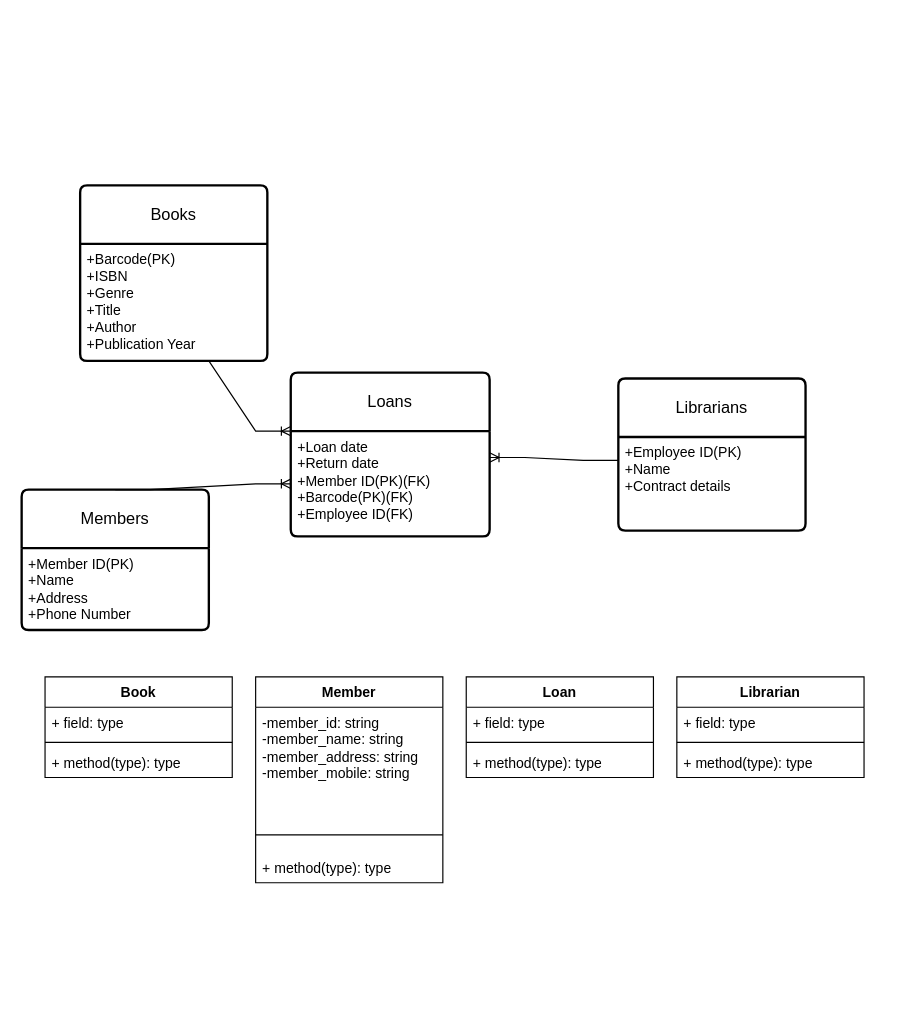
Earlier version of the draw.io diagram thursdaylibrary.drawio (mischaq7/at1). Source tidied: cells renumbered, new cells numbered last; positions are measured from the earlier drawing's top-left corner, leaving out a move shared by most shapes. Both pictures are drawn from the tidied source at 117%, with x=0, y=0 at pixel (21, 185).
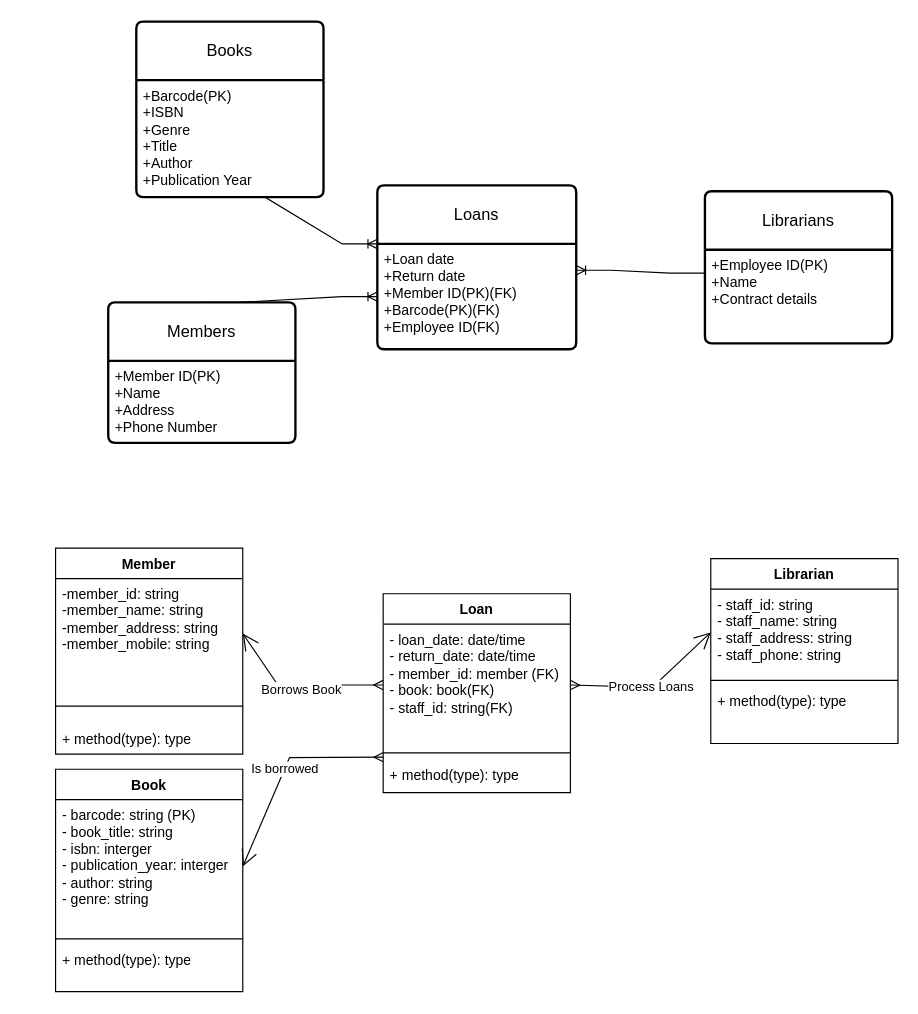
Above is the later version.

The change refers to these unchanged cells:
```xml
<mxCell id="5" value="+Barcode(PK)&amp;nbsp;&lt;div&gt;+ISBN&lt;/div&gt;&lt;div&gt;+Genre&lt;br&gt;+Title&lt;div&gt;+Author&lt;br&gt;&lt;div&gt;+Publication Year&lt;/div&gt;&lt;/div&gt;&lt;/div&gt;" style="align=left;strokeColor=none;fillColor=none;spacingLeft=4;fontSize=12;verticalAlign=top;html=1;" parent="4" vertex="1">
  <mxGeometry y="50" width="160" height="100" as="geometry" />
</mxCell>
<mxCell id="7" value="+Employee ID(PK)&lt;br&gt;&lt;div&gt;+Name&lt;/div&gt;&lt;div&gt;+Contract details&lt;/div&gt;" style="align=left;strokeColor=none;fillColor=none;spacingLeft=4;fontSize=12;verticalAlign=top;html=1;" parent="6" vertex="1">
  <mxGeometry y="50" width="160" height="80" as="geometry" />
</mxCell>
<mxCell id="9" value="&lt;div&gt;+Loan date&lt;/div&gt;&lt;div&gt;+Return date&lt;/div&gt;&lt;div&gt;+Member ID(PK)(FK)&lt;/div&gt;&lt;div&gt;+Barcode(PK)(FK)&lt;/div&gt;&lt;div&gt;+Employee ID(FK)&lt;/div&gt;" style="align=left;strokeColor=none;fillColor=none;spacingLeft=4;fontSize=12;verticalAlign=top;html=1;" parent="8" vertex="1">
  <mxGeometry y="50" width="170" height="90" as="geometry" />
</mxCell>
<mxCell id="22" value="-member_id: string&lt;div&gt;-member_name: string&lt;/div&gt;&lt;div&gt;-member_address: string&lt;/div&gt;&lt;div&gt;-member_mobile: string&lt;/div&gt;" style="text;strokeColor=none;fillColor=none;align=left;verticalAlign=top;spacingLeft=4;spacingRight=4;overflow=hidden;points=[[0,0.5],[1,0.5]];portConstraint=eastwest;whiteSpace=wrap;html=1;" parent="21" vertex="1">
  <mxGeometry y="26" width="160" height="94" as="geometry" />
</mxCell>
```

The edit, as a diff of the source:
```diff
@@
     <mxCell id="2" value="Members" style="swimlane;horizontal=1;startSize=50;rounded=1;fontSize=14;fontStyle=0;strokeWidth=2;shadow=0;dashed=0;align=center;arcSize=4;whiteSpace=wrap;html=1;" parent="1" vertex="1">
-      <mxGeometry y="260" width="160" height="120" as="geometry" />
+      <mxGeometry x="74" y="100" width="160" height="120" as="geometry" />
     </mxCell>
@@
     <mxCell id="4" value="Books" style="swimlane;horizontal=1;startSize=50;rounded=1;fontSize=14;fontStyle=0;strokeWidth=2;shadow=0;dashed=0;align=center;arcSize=4;whiteSpace=wrap;html=1;" parent="1" vertex="1">
-      <mxGeometry x="50" width="160" height="150" as="geometry" />
+      <mxGeometry x="98" y="-140" width="160" height="150" as="geometry" />
     </mxCell>
@@
     <mxCell id="6" value="Librarians" style="swimlane;horizontal=1;startSize=50;rounded=1;fontSize=14;fontStyle=0;strokeWidth=2;shadow=0;dashed=0;align=center;arcSize=4;whiteSpace=wrap;html=1;" parent="1" vertex="1">
-      <mxGeometry x="510" y="165" width="160" height="130" as="geometry" />
+      <mxGeometry x="584" y="5" width="160" height="130" as="geometry" />
     </mxCell>
@@
     <mxCell id="8" value="Loans" style="swimlane;horizontal=1;startSize=50;rounded=1;fontSize=14;fontStyle=0;strokeWidth=2;shadow=0;dashed=0;align=center;arcSize=4;whiteSpace=wrap;html=1;" parent="1" vertex="1">
-      <mxGeometry x="230" y="160" width="170" height="140" as="geometry" />
+      <mxGeometry x="304" width="170" height="140" as="geometry" />
     </mxCell>
@@
     <mxCell id="11" style="edgeStyle=entityRelationEdgeStyle;fontSize=12;html=1;endArrow=ERoneToMany;rounded=0;exitX=0.5;exitY=1;exitDx=0;exitDy=0;entryX=0;entryY=0;entryDx=0;entryDy=0;" parent="1" edge="1" source="5" target="9">
       <mxGeometry relative="1" as="geometry">
         <Array as="points">
-          <mxPoint x="155.3" y="85" />
+          <mxPoint x="229.3" y="-75" />
         </Array>
       </mxGeometry>
     </mxCell>
     <mxCell id="12" style="edgeStyle=entityRelationEdgeStyle;fontSize=12;html=1;endArrow=ERoneToMany;rounded=0;entryX=1;entryY=0.25;entryDx=0;entryDy=0;exitX=0;exitY=0.25;exitDx=0;exitDy=0;" parent="1" edge="1" source="7" target="9">
       <mxGeometry relative="1" as="geometry">
         <Array as="points">
-          <mxPoint x="460" y="10" />
+          <mxPoint x="534" y="-150" />
         </Array>
       </mxGeometry>
     </mxCell>
-    <mxCell id="13" value="Book" style="swimlane;fontStyle=1;align=center;verticalAlign=top;horizontal=1;startSize=26;whiteSpace=wrap;html=1;" parent="1" vertex="1">
-      <mxGeometry x="20" y="420" width="160" height="86" as="geometry" />
-    </mxCell>
-    <mxCell id="14" value="+ field: type" style="text;strokeColor=none;fillColor=none;align=left;verticalAlign=top;spacingLeft=4;spacingRight=4;overflow=hidden;whiteSpace=wrap;html=1;" parent="13" vertex="1">
-      <mxGeometry y="26" width="160" height="26" as="geometry" />
-    </mxCell>
-    <mxCell id="15" style="line;strokeWidth=1;fillColor=none;align=left;verticalAlign=middle;spacingTop=-1;spacingLeft=3;spacingRight=3;labelPosition=right;strokeColor=inherit;" parent="13" vertex="1">
-      <mxGeometry y="52" width="160" height="8" as="geometry" />
-    </mxCell>
-    <mxCell id="16" value="+ method(type): type" style="text;strokeColor=none;fillColor=none;align=left;verticalAlign=top;spacingLeft=4;spacingRight=4;overflow=hidden;whiteSpace=wrap;html=1;" parent="13" vertex="1">
-      <mxGeometry y="60" width="160" height="26" as="geometry" />
-    </mxCell>
     <mxCell id="17" value="Librarian" style="swimlane;fontStyle=1;align=center;verticalAlign=top;horizontal=1;startSize=26;whiteSpace=wrap;html=1;" parent="1" vertex="1">
-      <mxGeometry x="560" y="420" width="160" height="86" as="geometry" />
+      <mxGeometry x="589" y="319" width="160" height="158" as="geometry" />
     </mxCell>
-    <mxCell id="18" value="+ field: type" style="text;strokeColor=none;fillColor=none;align=left;verticalAlign=top;spacingLeft=4;spacingRight=4;overflow=hidden;points=[[0,0.5],[1,0.5]];portConstraint=eastwest;whiteSpace=wrap;html=1;" parent="17" vertex="1">
-      <mxGeometry y="26" width="160" height="26" as="geometry" />
+    <mxCell id="18" value="- staff_id: string&lt;div&gt;- staff_name: string&lt;/div&gt;&lt;div&gt;- staff_address: string&lt;/div&gt;&lt;div&gt;- staff_phone: string&lt;/div&gt;&lt;div&gt;&lt;br&gt;&lt;div&gt;&lt;br&gt;&lt;/div&gt;&lt;/div&gt;" style="text;strokeColor=none;fillColor=none;align=left;verticalAlign=top;spacingLeft=4;spacingRight=4;overflow=hidden;points=[[0,0.5],[1,0.5]];portConstraint=eastwest;whiteSpace=wrap;html=1;" parent="17" vertex="1">
+      <mxGeometry y="26" width="160" height="74" as="geometry" />
     </mxCell>
     <mxCell id="19" style="line;strokeWidth=1;fillColor=none;align=left;verticalAlign=middle;spacingTop=-1;spacingLeft=3;spacingRight=3;labelPosition=right;strokeColor=inherit;" parent="17" vertex="1">
-      <mxGeometry y="52" width="160" height="8" as="geometry" />
+      <mxGeometry y="100" width="160" height="8" as="geometry" />
     </mxCell>
     <mxCell id="20" value="+ method(type): type" style="text;strokeColor=none;fillColor=none;align=left;verticalAlign=top;spacingLeft=4;spacingRight=4;overflow=hidden;whiteSpace=wrap;html=1;" parent="17" vertex="1">
-      <mxGeometry y="60" width="160" height="26" as="geometry" />
+      <mxGeometry y="108" width="160" height="50" as="geometry" />
     </mxCell>
     <mxCell id="21" value="Member" style="swimlane;fontStyle=1;align=center;verticalAlign=top;horizontal=1;startSize=26;whiteSpace=wrap;html=1;" parent="1" vertex="1">
-      <mxGeometry x="200" y="420" width="160" height="176" as="geometry" />
+      <mxGeometry x="29" y="310" width="160" height="176" as="geometry" />
     </mxCell>
@@
     <mxCell id="25" value="Loan" style="swimlane;fontStyle=1;align=center;verticalAlign=top;horizontal=1;startSize=26;whiteSpace=wrap;html=1;" parent="1" vertex="1">
-      <mxGeometry x="380" y="420" width="160" height="86" as="geometry" />
+      <mxGeometry x="309" y="349" width="160" height="170" as="geometry" />
     </mxCell>
-    <mxCell id="26" value="+ field: type" style="text;strokeColor=none;fillColor=none;align=left;verticalAlign=top;spacingLeft=4;spacingRight=4;overflow=hidden;points=[[0,0.5],[1,0.5]];portConstraint=eastwest;whiteSpace=wrap;html=1;" parent="25" vertex="1">
-      <mxGeometry y="26" width="160" height="26" as="geometry" />
+    <mxCell id="26" value="- loan_date: date/time&lt;div&gt;- return_date: date/time&lt;/div&gt;&lt;div&gt;- member_id: member (FK)&lt;/div&gt;&lt;div&gt;- book: book(FK)&lt;/div&gt;&lt;div&gt;- staff_id: string(FK)&lt;/div&gt;" style="text;strokeColor=none;fillColor=none;align=left;verticalAlign=top;spacingLeft=4;spacingRight=4;overflow=hidden;points=[[0,0.5],[1,0.5]];portConstraint=eastwest;whiteSpace=wrap;html=1;" parent="25" vertex="1">
+      <mxGeometry y="26" width="160" height="104" as="geometry" />
     </mxCell>
     <mxCell id="27" style="line;strokeWidth=1;fillColor=none;align=left;verticalAlign=middle;spacingTop=-1;spacingLeft=3;spacingRight=3;labelPosition=right;strokeColor=inherit;" parent="25" vertex="1">
-      <mxGeometry y="52" width="160" height="8" as="geometry" />
+      <mxGeometry y="130" width="160" height="12" as="geometry" />
     </mxCell>
     <mxCell id="28" value="+ method(type): type" style="text;strokeColor=none;fillColor=none;align=left;verticalAlign=top;spacingLeft=4;spacingRight=4;overflow=hidden;points=[[0,0.5],[1,0.5]];portConstraint=eastwest;whiteSpace=wrap;html=1;" parent="25" vertex="1">
-      <mxGeometry y="60" width="160" height="26" as="geometry" />
+      <mxGeometry y="142" width="160" height="28" as="geometry" />
     </mxCell>
+    <mxCell id="13" value="Book" style="swimlane;fontStyle=1;align=center;verticalAlign=top;horizontal=1;startSize=26;whiteSpace=wrap;html=1;" parent="1" vertex="1">
+      <mxGeometry x="29" y="499" width="160" height="190" as="geometry" />
+    </mxCell>
+    <mxCell id="29" value="- barcode: string (PK)&lt;div&gt;- book_title: string&lt;/div&gt;&lt;div&gt;- isbn: interger&lt;/div&gt;&lt;div&gt;- publication_year: interger&lt;/div&gt;&lt;div&gt;- author: string&lt;/div&gt;&lt;div&gt;- genre: string&lt;/div&gt;&lt;div&gt;&lt;br&gt;&lt;/div&gt;" style="text;strokeColor=none;fillColor=none;align=left;verticalAlign=top;spacingLeft=4;spacingRight=4;overflow=hidden;points=[[0,0.5],[1,0.5]];portConstraint=eastwest;whiteSpace=wrap;html=1;" parent="13" vertex="1">
+      <mxGeometry y="26" width="160" height="114" as="geometry" />
+    </mxCell>
+    <mxCell id="30" style="line;strokeWidth=1;fillColor=none;align=left;verticalAlign=middle;spacingTop=-1;spacingLeft=3;spacingRight=3;labelPosition=right;strokeColor=inherit;" parent="13" vertex="1">
+      <mxGeometry y="140" width="160" height="10" as="geometry" />
+    </mxCell>
+    <mxCell id="16" value="+ method(type): type" style="text;strokeColor=none;fillColor=none;align=left;verticalAlign=top;spacingLeft=4;spacingRight=4;overflow=hidden;whiteSpace=wrap;html=1;" parent="13" vertex="1">
+      <mxGeometry y="150" width="160" height="40" as="geometry" />
+    </mxCell>
+    <mxCell id="31" value="Borrows Book" style="endArrow=open;endFill=1;endSize=12;html=1;rounded=0;entryX=1;entryY=0.5;entryDx=0;entryDy=0;exitX=0;exitY=0.5;exitDx=0;exitDy=0;startArrow=ERmany;startFill=0;jumpStyle=sharp;" parent="1" edge="1" source="26" target="22">
+      <mxGeometry x="-0.02" y="4" relative="1" as="geometry">
+        <Array as="points">
+          <mxPoint x="219" y="427" />
+        </Array>
+      </mxGeometry>
+    </mxCell>
+    <mxCell id="32" value="Is borrowed" style="endArrow=open;endFill=1;endSize=12;html=1;rounded=0;entryX=1;entryY=0.5;entryDx=0;entryDy=0;exitX=0.001;exitY=-0.084;exitDx=0;exitDy=0;startArrow=ERmany;startFill=0;exitPerimeter=0;jumpStyle=sharp;" parent="1" edge="1" source="28" target="29">
+      <mxGeometry relative="1" as="geometry">
+        <Array as="points">
+          <mxPoint x="229" y="489" />
+        </Array>
+      </mxGeometry>
+    </mxCell>
+    <mxCell id="33" value="Process Loans" style="endArrow=open;endFill=1;endSize=12;html=1;rounded=0;jumpStyle=line;entryX=0;entryY=0.5;entryDx=0;entryDy=0;exitX=1;exitY=0.5;exitDx=0;exitDy=0;startArrow=ERmany;startFill=0;" parent="1" edge="1" source="26" target="18">
+      <mxGeometry relative="1" as="geometry">
+        <Array as="points">
+          <mxPoint x="539" y="429" />
+        </Array>
+      </mxGeometry>
+    </mxCell>
```
